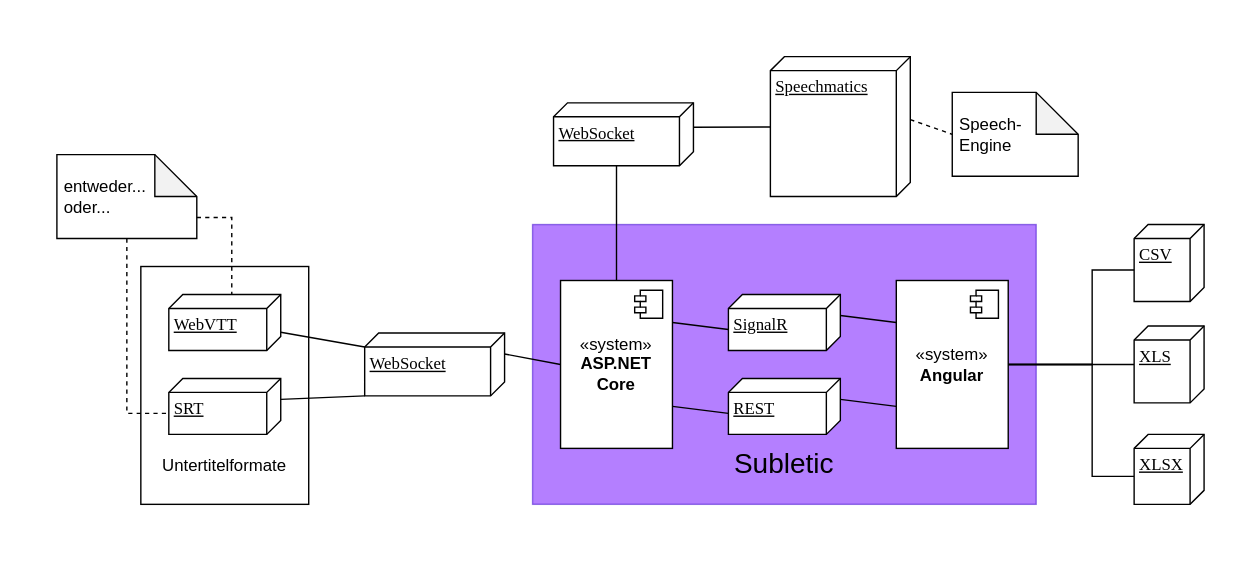
Above: TechnicalDocumentation/arc42/img/TechnischerKontext.drawio.svg in Subletic/Documentation (draw.io), before the change. Source tidied: cells renumbered, new cells last; positions are measured from the earlier drawing's top-left corner, leaving out a move shared by most shapes.
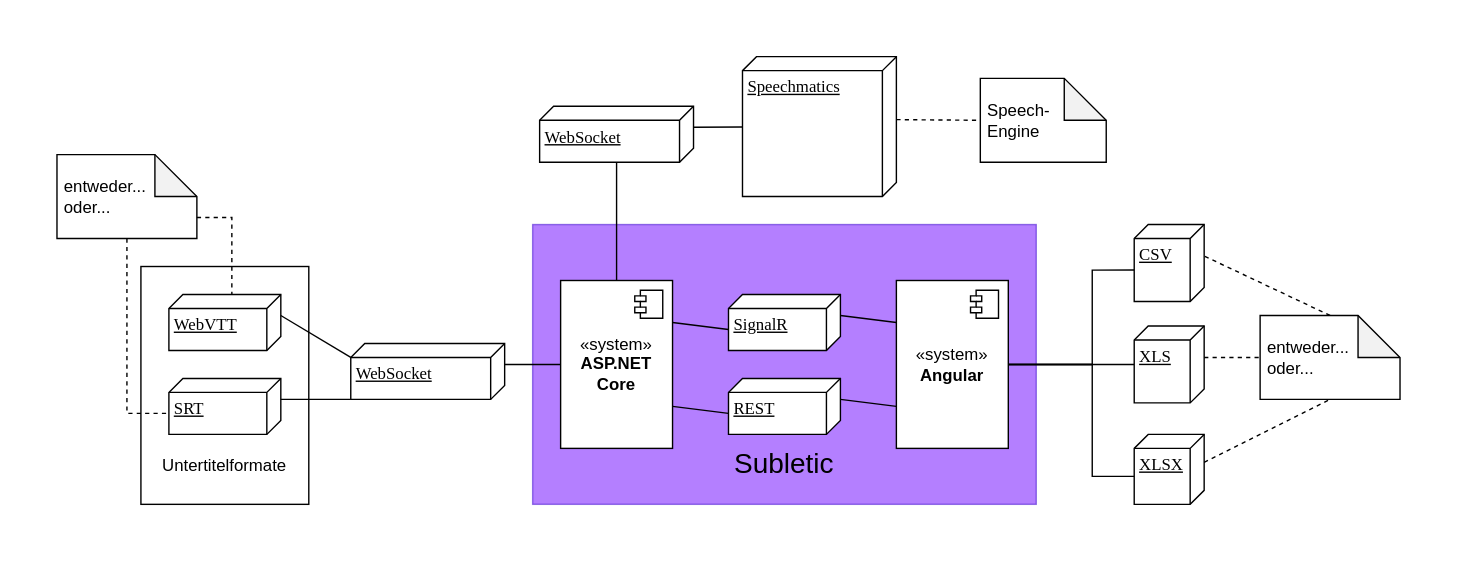
The same file after the commit.

Commit message:
#138 docs: improved diagrams chapter 3

Change to the diagram source:
```diff
@@ -2,9 +2,9 @@
   <root>
     <mxCell id="0" />
     <mxCell id="1" parent="0" />
-    <mxCell id="2" style="rounded=0;whiteSpace=wrap;html=1;strokeColor=#FFFFFF;" parent="1" vertex="1">
-      <mxGeometry width="880" height="400" as="geometry" />
-    </mxCell>
+    <mxCell id="39" style="rounded=0;whiteSpace=wrap;html=1;strokeColor=#FFFFFF;" parent="1" vertex="1">
+      <mxGeometry width="1040" height="400" as="geometry" />
+    </mxCell>
     <mxCell id="3" style="group;" parent="1" vertex="1">
       <mxGeometry x="380" y="160" width="360" height="200" as="geometry" />
     </mxCell>
@@ -17,47 +17,44 @@
     <mxCell id="6" value="&lt;div&gt;&lt;br&gt;&lt;/div&gt;&lt;div&gt;&lt;br&gt;&lt;/div&gt;&lt;div&gt;&lt;br&gt;&lt;/div&gt;&lt;div&gt;&lt;br&gt;&lt;/div&gt;&lt;div&gt;&lt;br&gt;&lt;/div&gt;&lt;div&gt;&lt;br&gt;&lt;/div&gt;&lt;div&gt;&lt;br&gt;&lt;/div&gt;&lt;div&gt;&lt;br&gt;&lt;/div&gt;&lt;div&gt;Untertitelformate&lt;/div&gt;" style="rounded=0;whiteSpace=wrap;html=1;" parent="1" vertex="1">
       <mxGeometry x="100" y="190" width="120" height="170" as="geometry" />
     </mxCell>
-    <mxCell id="7" style="jettySize=auto;html=1;entryX=0;entryY=0.5;entryDx=0;entryDy=0;rounded=0;endArrow=none;endFill=0;exitX=0;exitY=0;exitDx=15;exitDy=0;exitPerimeter=0;" parent="1" edge="1" source="8" target="9">
-      <mxGeometry relative="1" as="geometry" />
-    </mxCell>
-    <mxCell id="8" value="WebSocket" style="verticalAlign=top;align=left;spacingTop=8;spacingLeft=2;spacingRight=12;shape=cube;size=10;direction=south;fontStyle=4;html=1;rounded=0;shadow=0;comic=0;labelBackgroundColor=none;strokeWidth=1;fontFamily=Verdana;fontSize=12;" parent="1" vertex="1">
-      <mxGeometry x="260" y="237.5" width="100" height="45" as="geometry" />
-    </mxCell>
+    <mxCell id="40" style="jettySize=auto;html=1;entryX=0;entryY=0.5;entryDx=0;entryDy=0;rounded=0;endArrow=none;endFill=0;exitX=0;exitY=0;exitDx=15;exitDy=0;exitPerimeter=0;" parent="1" edge="1" source="48" target="9">
+      <mxGeometry relative="1" as="geometry" />
+    </mxCell>
     <mxCell id="9" value="«system»&lt;br&gt;&lt;b&gt;ASP.NET Core&lt;/b&gt;" style="html=1;whiteSpace=wrap;" parent="1" vertex="1">
       <mxGeometry x="400" y="200" width="80" height="120" as="geometry" />
     </mxCell>
-    <mxCell id="10" style="shape=module;jettyWidth=8;jettyHeight=4;" parent="9" vertex="1">
-      <mxGeometry x="1" width="20" height="20" relative="1" as="geometry">
-        <mxPoint x="-27" y="7" as="offset" />
-      </mxGeometry>
-    </mxCell>
-    <mxCell id="11" style="rounded=0;jettySize=auto;html=1;endArrow=none;endFill=0;entryX=0;entryY=0;entryDx=45;entryDy=55;entryPerimeter=0;exitX=0.5;exitY=0;exitDx=0;exitDy=0;" parent="1" edge="1" source="9" target="31">
-      <mxGeometry relative="1" as="geometry" />
-    </mxCell>
+    <mxCell id="41" style="shape=module;jettyWidth=8;jettyHeight=4;" parent="9" vertex="1">
+      <mxGeometry x="1" width="20" height="20" relative="1" as="geometry">
+        <mxPoint x="-27" y="7" as="offset" />
+      </mxGeometry>
+    </mxCell>
+    <mxCell id="42" style="rounded=0;jettySize=auto;html=1;endArrow=none;endFill=0;exitX=0.5;exitY=0;exitDx=0;exitDy=0;entryX=0;entryY=0;entryDx=40;entryDy=55;entryPerimeter=0;" parent="1" edge="1" source="9" target="46">
+      <mxGeometry relative="1" as="geometry" />
+    </mxCell>
     <mxCell id="12" value="Speechmatics" style="verticalAlign=top;align=left;spacingTop=8;spacingLeft=2;spacingRight=12;shape=cube;size=10;direction=south;fontStyle=4;html=1;rounded=0;shadow=0;comic=0;labelBackgroundColor=none;strokeWidth=1;fontFamily=Verdana;fontSize=12;" parent="1" vertex="1">
-      <mxGeometry x="550" y="40" width="100" height="100" as="geometry" />
+      <mxGeometry x="530" y="40" width="110" height="100" as="geometry" />
     </mxCell>
     <mxCell id="13" style="endArrow=none;dashed=1;html=1;strokeWidth=1;rounded=0;exitX=0;exitY=0;exitDx=45;exitDy=0;exitPerimeter=0;entryX=0;entryY=0.5;entryDx=0;entryDy=0;entryPerimeter=0;" parent="1" edge="1" source="12" target="14">
       <mxGeometry relative="1" as="geometry" />
     </mxCell>
     <mxCell id="14" value="&lt;div&gt;&amp;nbsp;Speech-&lt;/div&gt;&lt;div&gt;&amp;nbsp;Engine&lt;/div&gt;" style="shape=note;whiteSpace=wrap;html=1;backgroundOutline=1;darkOpacity=0.05;align=left;" parent="1" vertex="1">
-      <mxGeometry x="680" y="65.5" width="90" height="60" as="geometry" />
+      <mxGeometry x="700" y="55.5" width="90" height="60" as="geometry" />
     </mxCell>
     <mxCell id="15" value="&lt;div&gt;«system»&lt;b&gt;&lt;br&gt;&lt;/b&gt;&lt;/div&gt;&lt;div&gt;&lt;b&gt;Angular&lt;/b&gt;&lt;/div&gt;" style="html=1;whiteSpace=wrap;" parent="1" vertex="1">
       <mxGeometry x="640" y="200" width="80" height="120" as="geometry" />
     </mxCell>
-    <mxCell id="16" style="shape=module;jettyWidth=8;jettyHeight=4;" parent="15" vertex="1">
-      <mxGeometry x="1" width="20" height="20" relative="1" as="geometry">
-        <mxPoint x="-27" y="7" as="offset" />
-      </mxGeometry>
-    </mxCell>
+    <mxCell id="43" style="shape=module;jettyWidth=8;jettyHeight=4;" parent="15" vertex="1">
+      <mxGeometry x="1" width="20" height="20" relative="1" as="geometry">
+        <mxPoint x="-27" y="7" as="offset" />
+      </mxGeometry>
+    </mxCell>
     <mxCell id="17" value="SignalR" style="verticalAlign=top;align=left;spacingTop=8;spacingLeft=2;spacingRight=12;shape=cube;size=10;direction=south;fontStyle=4;html=1;rounded=0;shadow=0;comic=0;labelBackgroundColor=none;strokeWidth=1;fontFamily=Verdana;fontSize=12;" parent="1" vertex="1">
       <mxGeometry x="520" y="210" width="80" height="40" as="geometry" />
     </mxCell>
     <mxCell id="18" value="REST" style="verticalAlign=top;align=left;spacingTop=8;spacingLeft=2;spacingRight=12;shape=cube;size=10;direction=south;fontStyle=4;html=1;rounded=0;shadow=0;comic=0;labelBackgroundColor=none;strokeWidth=1;fontFamily=Verdana;fontSize=12;" parent="1" vertex="1">
       <mxGeometry x="520" y="270" width="80" height="40" as="geometry" />
     </mxCell>
-    <mxCell id="19" style="jettySize=auto;html=1;rounded=0;endArrow=none;endFill=0;exitX=1;exitY=0.25;exitDx=0;exitDy=0;entryX=0;entryY=0;entryDx=25;entryDy=80;entryPerimeter=0;" parent="1" edge="1" source="9" target="17">
+    <mxCell id="19" style="jettySize=auto;html=1;rounded=0;endArrow=none;endFill=0;entryX=0;entryY=0;entryDx=25;entryDy=80;entryPerimeter=0;exitX=1;exitY=0.25;exitDx=0;exitDy=0;" parent="1" edge="1" source="9" target="17">
       <mxGeometry relative="1" as="geometry" />
     </mxCell>
     <mxCell id="20" style="jettySize=auto;html=1;entryX=0;entryY=0;entryDx=25;entryDy=80;rounded=0;endArrow=none;endFill=0;entryPerimeter=0;exitX=1;exitY=0.75;exitDx=0;exitDy=0;" parent="1" edge="1" source="9" target="18">
@@ -84,21 +81,21 @@
     <mxCell id="27" style="rounded=0;jettySize=auto;html=1;entryX=0;entryY=0;entryDx=25;entryDy=80;entryPerimeter=0;endArrow=none;endFill=0;dashed=1;edgeStyle=orthogonalEdgeStyle;" parent="1" edge="1" source="25" target="24">
       <mxGeometry relative="1" as="geometry" />
     </mxCell>
-    <mxCell id="28" style="rounded=0;jettySize=auto;html=1;exitX=0;exitY=0;exitDx=15;exitDy=0;exitPerimeter=0;endArrow=none;endFill=0;entryX=1;entryY=1;entryDx=0;entryDy=0;entryPerimeter=0;" parent="1" edge="1" source="24" target="8">
-      <mxGeometry relative="1" as="geometry" />
-    </mxCell>
-    <mxCell id="29" style="rounded=0;jettySize=auto;html=1;entryX=0;entryY=0;entryDx=10;entryDy=100;entryPerimeter=0;endArrow=none;endFill=0;" parent="1" edge="1" source="23" target="8">
-      <mxGeometry relative="1" as="geometry" />
-    </mxCell>
+    <mxCell id="44" style="rounded=0;jettySize=auto;html=1;exitX=0;exitY=0;exitDx=15;exitDy=0;exitPerimeter=0;endArrow=none;endFill=0;entryX=1;entryY=1;entryDx=0;entryDy=0;entryPerimeter=0;" parent="1" edge="1" source="24" target="48">
+      <mxGeometry relative="1" as="geometry" />
+    </mxCell>
+    <mxCell id="45" style="rounded=0;jettySize=auto;html=1;entryX=0;entryY=0;entryDx=10;entryDy=110;entryPerimeter=0;endArrow=none;endFill=0;exitX=0;exitY=0;exitDx=15;exitDy=0;exitPerimeter=0;" parent="1" edge="1" source="23" target="48">
+      <mxGeometry relative="1" as="geometry" />
+    </mxCell>
     <mxCell id="30" style="edgeStyle=orthogonalEdgeStyle;rounded=0;orthogonalLoop=1;jettySize=auto;html=1;exitX=0.5;exitY=1;exitDx=0;exitDy=0;" parent="1" edge="1" source="6" target="6">
       <mxGeometry relative="1" as="geometry" />
     </mxCell>
-    <mxCell id="31" value="WebSocket" style="verticalAlign=top;align=left;spacingTop=8;spacingLeft=2;spacingRight=12;shape=cube;size=10;direction=south;fontStyle=4;html=1;rounded=0;shadow=0;comic=0;labelBackgroundColor=none;strokeWidth=1;fontFamily=Verdana;fontSize=12;" parent="1" vertex="1">
-      <mxGeometry x="395" y="73" width="100" height="45" as="geometry" />
-    </mxCell>
-    <mxCell id="32" style="rounded=0;jettySize=auto;html=1;entryX=0;entryY=0;entryDx=17.5;entryDy=0;entryPerimeter=0;endArrow=none;endFill=0;" parent="1" edge="1" source="12" target="31">
-      <mxGeometry relative="1" as="geometry" />
-    </mxCell>
+    <mxCell id="46" value="WebSocket" style="verticalAlign=top;align=left;spacingTop=8;spacingLeft=2;spacingRight=12;shape=cube;size=10;direction=south;fontStyle=4;html=1;rounded=0;shadow=0;comic=0;labelBackgroundColor=none;strokeWidth=1;fontFamily=Verdana;fontSize=12;" parent="1" vertex="1">
+      <mxGeometry x="385" y="75.5" width="110" height="40" as="geometry" />
+    </mxCell>
+    <mxCell id="47" style="rounded=0;jettySize=auto;html=1;endArrow=none;endFill=0;entryX=0;entryY=0;entryDx=15;entryDy=0;entryPerimeter=0;" parent="1" edge="1" source="12" target="46">
+      <mxGeometry relative="1" as="geometry" />
+    </mxCell>
     <mxCell id="33" style="edgeStyle=orthogonalEdgeStyle;rounded=0;jettySize=auto;html=1;exitX=0;exitY=0;exitDx=27.5;exitDy=50;exitPerimeter=0;endArrow=none;endFill=0;" parent="1" edge="1" source="35" target="15">
       <mxGeometry relative="1" as="geometry" />
     </mxCell>
@@ -127,5 +124,20 @@
         </Array>
       </mxGeometry>
     </mxCell>
+    <mxCell id="48" value="WebSocket" style="verticalAlign=top;align=left;spacingTop=8;spacingLeft=2;spacingRight=12;shape=cube;size=10;direction=south;fontStyle=4;html=1;rounded=0;shadow=0;comic=0;labelBackgroundColor=none;strokeWidth=1;fontFamily=Verdana;fontSize=12;" parent="1" vertex="1">
+      <mxGeometry x="250" y="245" width="110" height="40" as="geometry" />
+    </mxCell>
+    <mxCell id="49" value="&lt;div&gt;&amp;nbsp;entweder...&lt;/div&gt;&lt;div&gt;&amp;nbsp;oder...&lt;br&gt;&lt;/div&gt;" style="shape=note;whiteSpace=wrap;html=1;backgroundOutline=1;darkOpacity=0.05;align=left;" parent="1" vertex="1">
+      <mxGeometry x="900" y="225" width="100" height="60" as="geometry" />
+    </mxCell>
+    <mxCell id="50" style="rounded=0;jettySize=auto;html=1;entryX=0;entryY=0;entryDx=22.5;entryDy=0;entryPerimeter=0;endArrow=none;endFill=0;dashed=1;exitX=0.5;exitY=0;exitDx=0;exitDy=0;exitPerimeter=0;" parent="1" edge="1" source="49" target="34">
+      <mxGeometry relative="1" as="geometry" />
+    </mxCell>
+    <mxCell id="51" style="rounded=0;jettySize=auto;html=1;entryX=0;entryY=0.5;entryDx=0;entryDy=0;entryPerimeter=0;endArrow=none;endFill=0;dashed=1;exitX=0;exitY=0;exitDx=22.5;exitDy=0;exitPerimeter=0;" parent="1" edge="1" source="35" target="49">
+      <mxGeometry relative="1" as="geometry" />
+    </mxCell>
+    <mxCell id="52" style="rounded=0;jettySize=auto;html=1;entryX=0.5;entryY=1;entryDx=0;entryDy=0;entryPerimeter=0;endArrow=none;endFill=0;dashed=1;exitX=0;exitY=0;exitDx=20;exitDy=0;exitPerimeter=0;" parent="1" edge="1" source="37" target="49">
+      <mxGeometry relative="1" as="geometry" />
+    </mxCell>
   </root>
 </mxGraphModel>
```
